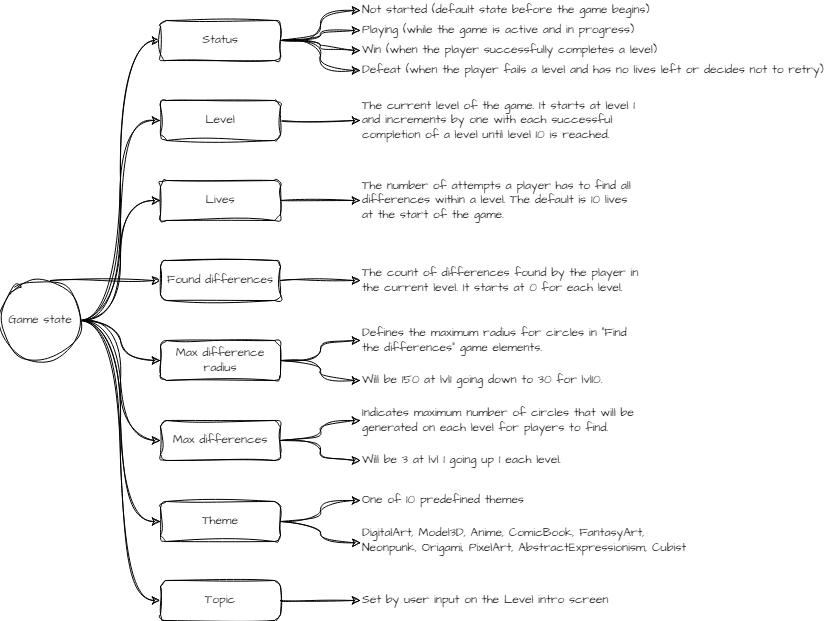
Before: game-state.drawio.png, a diagram exported from draw.io (vasilyoshev/ai-assistant). Source tidied: cells renumbered, new cells last; positions are measured from the earlier drawing's top-left corner, leaving out a move shared by most shapes.
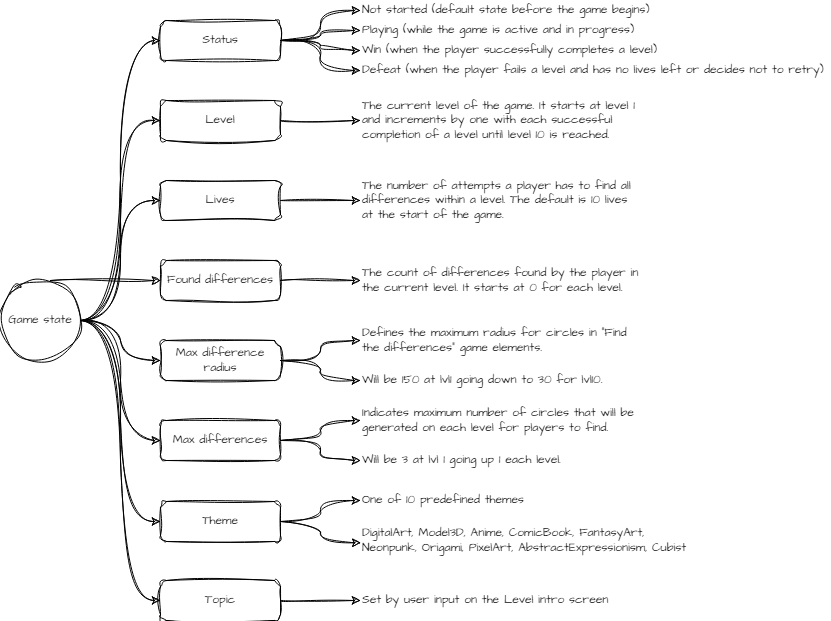
The same file after the commit.

The edit, as a diff of the source:
```diff
@@ -28,7 +28,7 @@
     <mxCell id="9" style="edgeStyle=orthogonalEdgeStyle;rounded=0;sketch=1;hachureGap=4;jiggle=2;curveFitting=1;jettySize=auto;html=1;entryX=0;entryY=0.5;entryDx=0;entryDy=0;fontFamily=Architects Daughter;fontSource=https%3A%2F%2Ffonts.googleapis.com%2Fcss%3Ffamily%3DArchitects%2BDaughter;curved=1;" parent="1" edge="1" source="10" target="30">
       <mxGeometry relative="1" as="geometry" />
     </mxCell>
-    <mxCell id="10" value="Game state" style="ellipse;whiteSpace=wrap;html=1;sketch=1;hachureGap=4;jiggle=2;curveFitting=1;fontFamily=Architects Daughter;fontSource=https%3A%2F%2Ffonts.googleapis.com%2Fcss%3Ffamily%3DArchitects%2BDaughter;" parent="1" vertex="1">
+    <mxCell id="10" value="Game state" style="ellipse;whiteSpace=wrap;html=1;sketch=1;hachureGap=4;jiggle=2;curveFitting=1;fontFamily=Architects Daughter;fontSource=https%3A%2F%2Ffonts.googleapis.com%2Fcss%3Ffamily%3DArchitects%2BDaughter;fillColor=none;" parent="1" vertex="1">
       <mxGeometry y="280" width="80" height="80" as="geometry" />
     </mxCell>
     <mxCell id="11" style="edgeStyle=orthogonalEdgeStyle;rounded=0;sketch=1;hachureGap=4;jiggle=2;curveFitting=1;jettySize=auto;html=1;entryX=0;entryY=0.5;entryDx=0;entryDy=0;fontFamily=Architects Daughter;fontSource=https%3A%2F%2Ffonts.googleapis.com%2Fcss%3Ffamily%3DArchitects%2BDaughter;curved=1;" parent="1" edge="1" source="13" target="33">
@@ -37,13 +37,13 @@
     <mxCell id="12" style="edgeStyle=orthogonalEdgeStyle;rounded=0;sketch=1;hachureGap=4;jiggle=2;curveFitting=1;jettySize=auto;html=1;fontFamily=Architects Daughter;fontSource=https%3A%2F%2Ffonts.googleapis.com%2Fcss%3Ffamily%3DArchitects%2BDaughter;curved=1;" parent="1" edge="1" source="13" target="34">
       <mxGeometry relative="1" as="geometry" />
     </mxCell>
-    <mxCell id="13" value="Status" style="rounded=1;whiteSpace=wrap;html=1;sketch=1;hachureGap=4;jiggle=2;curveFitting=1;fontFamily=Architects Daughter;fontSource=https%3A%2F%2Ffonts.googleapis.com%2Fcss%3Ffamily%3DArchitects%2BDaughter;" parent="1" vertex="1">
+    <mxCell id="13" value="Status" style="rounded=1;whiteSpace=wrap;html=1;sketch=1;hachureGap=4;jiggle=2;curveFitting=1;fontFamily=Architects Daughter;fontSource=https%3A%2F%2Ffonts.googleapis.com%2Fcss%3Ffamily%3DArchitects%2BDaughter;fillColor=none;" parent="1" vertex="1">
       <mxGeometry x="160" y="20" width="120" height="40" as="geometry" />
     </mxCell>
     <mxCell id="14" style="edgeStyle=orthogonalEdgeStyle;rounded=0;sketch=1;hachureGap=4;jiggle=2;curveFitting=1;jettySize=auto;html=1;entryX=0;entryY=0.5;entryDx=0;entryDy=0;fontFamily=Architects Daughter;fontSource=https%3A%2F%2Ffonts.googleapis.com%2Fcss%3Ffamily%3DArchitects%2BDaughter;curved=1;" parent="1" edge="1" source="15" target="28">
       <mxGeometry relative="1" as="geometry" />
     </mxCell>
-    <mxCell id="15" value="Level" style="rounded=1;whiteSpace=wrap;html=1;sketch=1;hachureGap=4;jiggle=2;curveFitting=1;fontFamily=Architects Daughter;fontSource=https%3A%2F%2Ffonts.googleapis.com%2Fcss%3Ffamily%3DArchitects%2BDaughter;" parent="1" vertex="1">
+    <mxCell id="15" value="Level" style="rounded=1;whiteSpace=wrap;html=1;sketch=1;hachureGap=4;jiggle=2;curveFitting=1;fontFamily=Architects Daughter;fontSource=https%3A%2F%2Ffonts.googleapis.com%2Fcss%3Ffamily%3DArchitects%2BDaughter;fillColor=none;" parent="1" vertex="1">
       <mxGeometry x="160" y="100" width="120" height="40" as="geometry" />
     </mxCell>
     <mxCell id="16" style="edgeStyle=orthogonalEdgeStyle;rounded=0;sketch=1;hachureGap=4;jiggle=2;curveFitting=1;jettySize=auto;html=1;entryX=0;entryY=0.5;entryDx=0;entryDy=0;fontFamily=Architects Daughter;fontSource=https%3A%2F%2Ffonts.googleapis.com%2Fcss%3Ffamily%3DArchitects%2BDaughter;curved=1;" parent="1" edge="1" source="18" target="41">
@@ -52,13 +52,13 @@
     <mxCell id="17" style="edgeStyle=orthogonalEdgeStyle;rounded=0;sketch=1;hachureGap=4;jiggle=2;curveFitting=1;jettySize=auto;html=1;entryX=0;entryY=0.5;entryDx=0;entryDy=0;fontFamily=Architects Daughter;fontSource=https%3A%2F%2Ffonts.googleapis.com%2Fcss%3Ffamily%3DArchitects%2BDaughter;curved=1;" parent="1" edge="1" source="18" target="42">
       <mxGeometry relative="1" as="geometry" />
     </mxCell>
-    <mxCell id="18" value="Max differences" style="rounded=1;whiteSpace=wrap;html=1;sketch=1;hachureGap=4;jiggle=2;curveFitting=1;fontFamily=Architects Daughter;fontSource=https%3A%2F%2Ffonts.googleapis.com%2Fcss%3Ffamily%3DArchitects%2BDaughter;" parent="1" vertex="1">
+    <mxCell id="18" value="Max differences" style="rounded=1;whiteSpace=wrap;html=1;sketch=1;hachureGap=4;jiggle=2;curveFitting=1;fontFamily=Architects Daughter;fontSource=https%3A%2F%2Ffonts.googleapis.com%2Fcss%3Ffamily%3DArchitects%2BDaughter;fillColor=none;" parent="1" vertex="1">
       <mxGeometry x="160" y="420" width="120" height="40" as="geometry" />
     </mxCell>
     <mxCell id="19" style="edgeStyle=orthogonalEdgeStyle;rounded=0;sketch=1;hachureGap=4;jiggle=2;curveFitting=1;jettySize=auto;html=1;entryX=0;entryY=0.5;entryDx=0;entryDy=0;fontFamily=Architects Daughter;fontSource=https%3A%2F%2Ffonts.googleapis.com%2Fcss%3Ffamily%3DArchitects%2BDaughter;curved=1;" parent="1" edge="1" source="20" target="46">
       <mxGeometry relative="1" as="geometry" />
     </mxCell>
-    <mxCell id="20" value="Topic" style="rounded=1;whiteSpace=wrap;html=1;sketch=1;hachureGap=4;jiggle=2;curveFitting=1;fontFamily=Architects Daughter;fontSource=https%3A%2F%2Ffonts.googleapis.com%2Fcss%3Ffamily%3DArchitects%2BDaughter;" parent="1" vertex="1">
+    <mxCell id="20" value="Topic" style="rounded=1;whiteSpace=wrap;html=1;sketch=1;hachureGap=4;jiggle=2;curveFitting=1;fontFamily=Architects Daughter;fontSource=https%3A%2F%2Ffonts.googleapis.com%2Fcss%3Ffamily%3DArchitects%2BDaughter;fillColor=none;" parent="1" vertex="1">
       <mxGeometry x="160" y="580" width="120" height="40" as="geometry" />
     </mxCell>
     <mxCell id="21" style="edgeStyle=orthogonalEdgeStyle;rounded=0;sketch=1;hachureGap=4;jiggle=2;curveFitting=1;jettySize=auto;html=1;fontFamily=Architects Daughter;fontSource=https%3A%2F%2Ffonts.googleapis.com%2Fcss%3Ffamily%3DArchitects%2BDaughter;curved=1;" parent="1" edge="1" source="23" target="40">
@@ -67,19 +67,19 @@
     <mxCell id="22" style="edgeStyle=orthogonalEdgeStyle;rounded=0;sketch=1;hachureGap=4;jiggle=2;curveFitting=1;jettySize=auto;html=1;entryX=0;entryY=0.5;entryDx=0;entryDy=0;fontFamily=Architects Daughter;fontSource=https%3A%2F%2Ffonts.googleapis.com%2Fcss%3Ffamily%3DArchitects%2BDaughter;curved=1;" parent="1" edge="1" source="23" target="39">
       <mxGeometry relative="1" as="geometry" />
     </mxCell>
-    <mxCell id="23" value="Max difference radius" style="rounded=1;whiteSpace=wrap;html=1;sketch=1;hachureGap=4;jiggle=2;curveFitting=1;fontFamily=Architects Daughter;fontSource=https%3A%2F%2Ffonts.googleapis.com%2Fcss%3Ffamily%3DArchitects%2BDaughter;" parent="1" vertex="1">
+    <mxCell id="23" value="Max difference radius" style="rounded=1;whiteSpace=wrap;html=1;sketch=1;hachureGap=4;jiggle=2;curveFitting=1;fontFamily=Architects Daughter;fontSource=https%3A%2F%2Ffonts.googleapis.com%2Fcss%3Ffamily%3DArchitects%2BDaughter;fillColor=none;" parent="1" vertex="1">
       <mxGeometry x="160" y="340" width="120" height="40" as="geometry" />
     </mxCell>
     <mxCell id="24" style="edgeStyle=orthogonalEdgeStyle;rounded=0;sketch=1;hachureGap=4;jiggle=2;curveFitting=1;jettySize=auto;html=1;entryX=0;entryY=0.5;entryDx=0;entryDy=0;fontFamily=Architects Daughter;fontSource=https%3A%2F%2Ffonts.googleapis.com%2Fcss%3Ffamily%3DArchitects%2BDaughter;" parent="1" edge="1" source="25" target="32">
       <mxGeometry relative="1" as="geometry" />
     </mxCell>
-    <mxCell id="25" value="&amp;nbsp;Found differences&amp;nbsp;" style="rounded=1;whiteSpace=wrap;html=1;sketch=1;hachureGap=4;jiggle=2;curveFitting=1;fontFamily=Architects Daughter;fontSource=https%3A%2F%2Ffonts.googleapis.com%2Fcss%3Ffamily%3DArchitects%2BDaughter;" parent="1" vertex="1">
+    <mxCell id="25" value="&amp;nbsp;Found differences&amp;nbsp;" style="rounded=1;whiteSpace=wrap;html=1;sketch=1;hachureGap=4;jiggle=2;curveFitting=1;fontFamily=Architects Daughter;fontSource=https%3A%2F%2Ffonts.googleapis.com%2Fcss%3Ffamily%3DArchitects%2BDaughter;fillColor=none;" parent="1" vertex="1">
       <mxGeometry x="160" y="260" width="120" height="40" as="geometry" />
     </mxCell>
     <mxCell id="26" style="edgeStyle=orthogonalEdgeStyle;rounded=0;sketch=1;hachureGap=4;jiggle=2;curveFitting=1;jettySize=auto;html=1;entryX=0;entryY=0.5;entryDx=0;entryDy=0;fontFamily=Architects Daughter;fontSource=https%3A%2F%2Ffonts.googleapis.com%2Fcss%3Ffamily%3DArchitects%2BDaughter;curved=1;" parent="1" edge="1" source="27" target="43">
       <mxGeometry relative="1" as="geometry" />
     </mxCell>
-    <mxCell id="27" value="Theme" style="rounded=1;whiteSpace=wrap;html=1;sketch=1;hachureGap=4;jiggle=2;curveFitting=1;fontFamily=Architects Daughter;fontSource=https%3A%2F%2Ffonts.googleapis.com%2Fcss%3Ffamily%3DArchitects%2BDaughter;" parent="1" vertex="1">
+    <mxCell id="27" value="Theme" style="rounded=1;whiteSpace=wrap;html=1;sketch=1;hachureGap=4;jiggle=2;curveFitting=1;fontFamily=Architects Daughter;fontSource=https%3A%2F%2Ffonts.googleapis.com%2Fcss%3Ffamily%3DArchitects%2BDaughter;fillColor=none;" parent="1" vertex="1">
       <mxGeometry x="160" y="501" width="120" height="40" as="geometry" />
     </mxCell>
     <mxCell id="28" value="&lt;span data-whi-clipboard=&quot;{:hiccup [[:p {:rect {:x 3720, :y 68, :width 436, :height 72}, :text-rect {:x 3720, :y 68, :width 436, :height 72}} &amp;quot;The current level of the game. It starts at level 1 and increments by one with each successful completion of a level until level 10 is reached.&amp;quot;]], :file-id nil}&quot;&gt;&lt;/span&gt;The current level of the game. It starts at level 1 and increments by one with each successful completion of a level until level 10 is reached." style="text;whiteSpace=wrap;html=1;fontFamily=Architects Daughter;fontSource=https%3A%2F%2Ffonts.googleapis.com%2Fcss%3Ffamily%3DArchitects%2BDaughter;verticalAlign=middle;" parent="1" vertex="1">
@@ -88,7 +88,7 @@
     <mxCell id="29" style="edgeStyle=orthogonalEdgeStyle;rounded=0;sketch=1;hachureGap=4;jiggle=2;curveFitting=1;jettySize=auto;html=1;entryX=0;entryY=0.5;entryDx=0;entryDy=0;fontFamily=Architects Daughter;fontSource=https%3A%2F%2Ffonts.googleapis.com%2Fcss%3Ffamily%3DArchitects%2BDaughter;curved=1;" parent="1" edge="1" source="30" target="31">
       <mxGeometry relative="1" as="geometry" />
     </mxCell>
-    <mxCell id="30" value="Lives" style="rounded=1;whiteSpace=wrap;html=1;sketch=1;hachureGap=4;jiggle=2;curveFitting=1;fontFamily=Architects Daughter;fontSource=https%3A%2F%2Ffonts.googleapis.com%2Fcss%3Ffamily%3DArchitects%2BDaughter;" parent="1" vertex="1">
+    <mxCell id="30" value="Lives" style="rounded=1;whiteSpace=wrap;html=1;sketch=1;hachureGap=4;jiggle=2;curveFitting=1;fontFamily=Architects Daughter;fontSource=https%3A%2F%2Ffonts.googleapis.com%2Fcss%3Ffamily%3DArchitects%2BDaughter;fillColor=none;" parent="1" vertex="1">
       <mxGeometry x="160" y="180" width="120" height="40" as="geometry" />
     </mxCell>
     <mxCell id="31" value="The number of attempts a player has to find all differences within a level. The default is 10 lives at the start of the game." style="text;html=1;align=left;verticalAlign=middle;whiteSpace=wrap;rounded=0;fontFamily=Architects Daughter;fontSource=https%3A%2F%2Ffonts.googleapis.com%2Fcss%3Ffamily%3DArchitects%2BDaughter;" parent="1" vertex="1">
```
